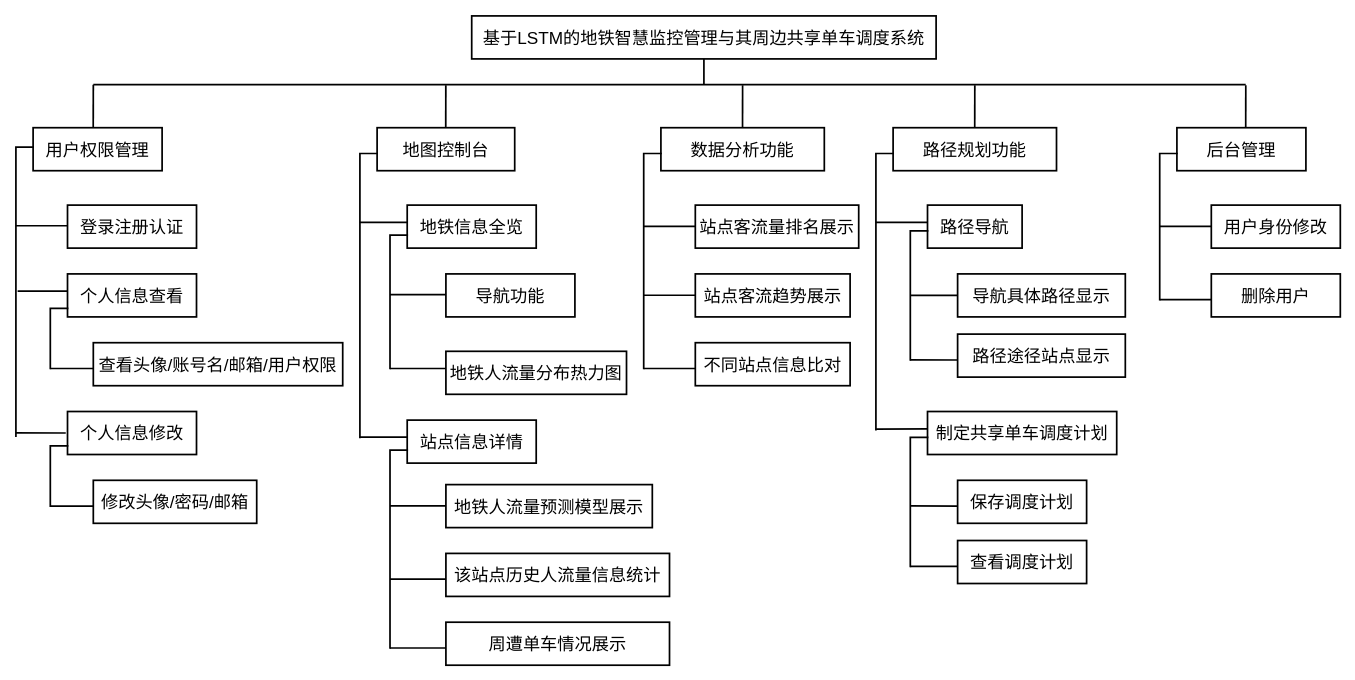
Earlier version of the draw.io diagram pic/功能分解图.drawio (YDUTSEVOLDN/Subway). Source tidied: cells renumbered, new cells numbered last; positions are measured from the earlier drawing's top-left corner, leaving out a move shared by most shapes. Both pictures are drawn from the tidied source at 86%, with x=0, y=0 at pixel (15, 15).
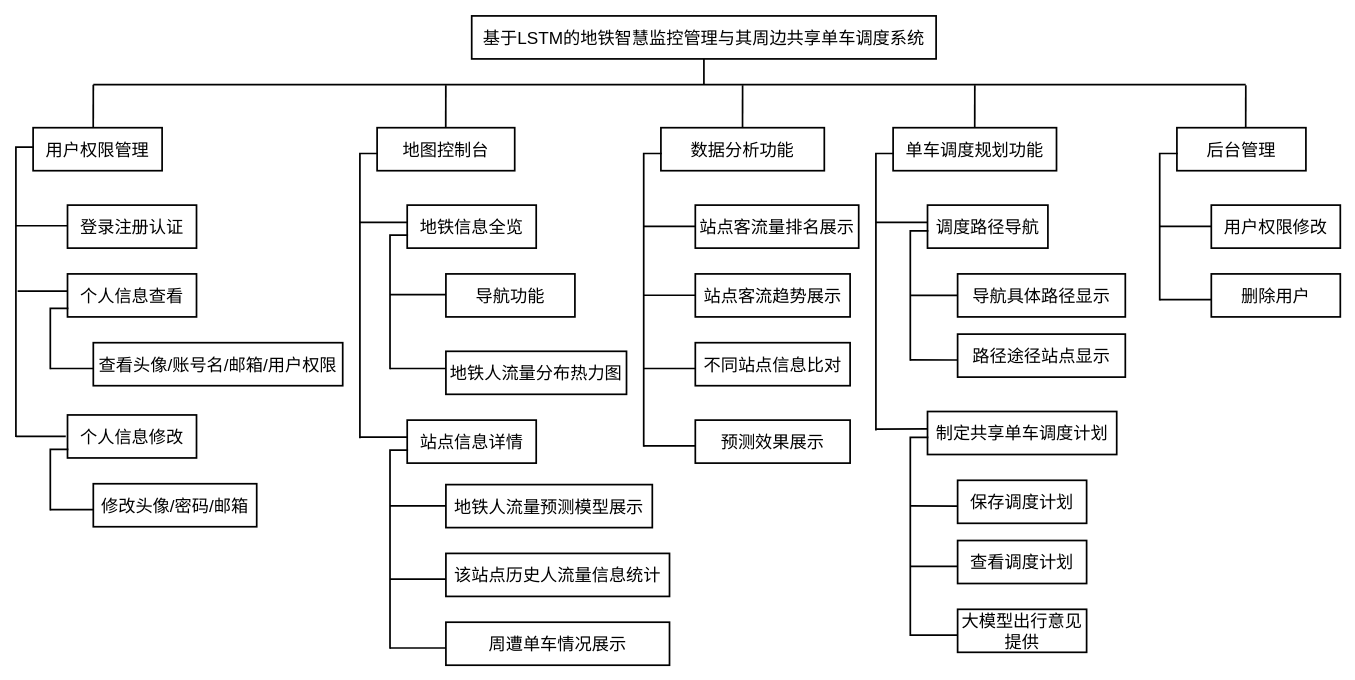
The same page after the edit.

Commit message:
更新功能分解图.drawio

The edit, as a diff of the source:
```diff
@@
-    <mxCell id="6" value="&lt;font style=&quot;font-size: 20px&quot;&gt;路径规划功能&lt;/font&gt;" style="rounded=0;whiteSpace=wrap;html=1;strokeWidth=2;" parent="1" vertex="1">
+    <mxCell id="6" value="&lt;font style=&quot;font-size: 20px&quot;&gt;单车调度规划功能&lt;/font&gt;" style="rounded=0;whiteSpace=wrap;html=1;strokeWidth=2;" parent="1" vertex="1">
       <mxGeometry x="1020" y="130" width="190" height="50" as="geometry" />
     </mxCell>
@@
     <mxCell id="9" value="&lt;font style=&quot;font-size: 20px&quot;&gt;个人信息修改&lt;/font&gt;" style="rounded=0;whiteSpace=wrap;html=1;strokeWidth=2;" parent="1" vertex="1">
-      <mxGeometry x="60" y="460" width="150" height="50" as="geometry" />
+      <mxGeometry x="60" y="464" width="150" height="50" as="geometry" />
     </mxCell>
@@
     <mxCell id="12" value="&lt;font style=&quot;font-size: 20px&quot;&gt;修改头像/密码/邮箱&lt;/font&gt;" style="rounded=0;whiteSpace=wrap;html=1;strokeWidth=2;" parent="1" vertex="1">
-      <mxGeometry x="90" y="540" width="190" height="50" as="geometry" />
+      <mxGeometry x="90" y="544" width="190" height="50" as="geometry" />
     </mxCell>
@@
-    <mxCell id="22" value="&lt;span style=&quot;font-size: 20px&quot;&gt;路径导航&lt;/span&gt;" style="rounded=0;whiteSpace=wrap;html=1;strokeWidth=2;" parent="1" vertex="1">
-      <mxGeometry x="1060" y="220" width="110" height="50" as="geometry" />
+    <mxCell id="22" value="&lt;span style=&quot;font-size: 20px&quot;&gt;调度路径导航&lt;/span&gt;" style="rounded=0;whiteSpace=wrap;html=1;strokeWidth=2;" parent="1" vertex="1">
+      <mxGeometry x="1060" y="220" width="140" height="50" as="geometry" />
     </mxCell>
@@
-    <mxCell id="28" value="&lt;span style=&quot;font-size: 20px&quot;&gt;用户身份修改&lt;/span&gt;" style="rounded=0;whiteSpace=wrap;html=1;strokeWidth=2;" parent="1" vertex="1">
+    <mxCell id="28" value="&lt;span style=&quot;font-size: 20px&quot;&gt;用户权限修改&lt;/span&gt;" style="rounded=0;whiteSpace=wrap;html=1;strokeWidth=2;" parent="1" vertex="1">
       <mxGeometry x="1390" y="220" width="150" height="50" as="geometry" />
     </mxCell>
@@
     <mxCell id="39" style="shape=partialRectangle;whiteSpace=wrap;html=1;bottom=0;right=0;fillColor=none;strokeWidth=2;direction=south;flipH=1;" parent="1" vertex="1">
-      <mxGeometry x="40" y="500" width="20" height="70" as="geometry" />
+      <mxGeometry x="40" y="504" width="20" height="70" as="geometry" />
     </mxCell>
@@
     <mxCell id="43" style="shape=partialRectangle;whiteSpace=wrap;html=1;bottom=0;right=0;fillColor=none;strokeWidth=2;direction=south;flipH=1;" parent="1" vertex="1">
-      <mxGeometry x="730" y="160" width="20" height="250" as="geometry" />
+      <mxGeometry x="730" y="160" width="20" height="340" as="geometry" />
     </mxCell>
@@
     <mxCell id="46" style="shape=partialRectangle;whiteSpace=wrap;html=1;bottom=0;right=0;fillColor=none;strokeWidth=2;direction=south;flipH=1;" parent="1" vertex="1">
-      <mxGeometry x="1040" y="490" width="20" height="150" as="geometry" />
+      <mxGeometry x="1040" y="490" width="20" height="230" as="geometry" />
     </mxCell>
@@
     <mxCell id="50" style="endArrow=none;html=1;endSize=8;strokeWidth=2;startSize=7;" parent="1" edge="1">
       <mxGeometry relative="1" as="geometry">
-        <mxPoint x="40" y="570" as="sourcePoint" />
-        <mxPoint x="90" y="570" as="targetPoint" />
+        <mxPoint x="40" y="574" as="sourcePoint" />
+        <mxPoint x="90" y="574" as="targetPoint" />
       </mxGeometry>
     </mxCell>
     <mxCell id="51" style="endArrow=none;html=1;endSize=8;strokeWidth=2;startSize=7;" parent="1" edge="1">
       <mxGeometry relative="1" as="geometry">
-        <mxPoint y="484.9" as="sourcePoint" />
-        <mxPoint x="58" y="485" as="targetPoint" />
+        <mxPoint y="488.9" as="sourcePoint" />
+        <mxPoint x="58" y="489" as="targetPoint" />
       </mxGeometry>
     </mxCell>
@@
+    <mxCell id="72" value="&lt;span style=&quot;font-size: 20px&quot;&gt;大模型出行意见提供&lt;/span&gt;" style="rounded=0;whiteSpace=wrap;html=1;strokeWidth=2;" parent="1" vertex="1">
+      <mxGeometry x="1095" y="690" width="150" height="50" as="geometry" />
+    </mxCell>
+    <mxCell id="73" style="endArrow=none;html=1;endSize=8;strokeWidth=2;startSize=7;entryX=0;entryY=0.5;entryDx=0;entryDy=0;" parent="1" edge="1">
+      <mxGeometry relative="1" as="geometry">
+        <mxPoint x="1040" y="720" as="sourcePoint" />
+        <mxPoint x="1095" y="720.1" as="targetPoint" />
+      </mxGeometry>
+    </mxCell>
+    <mxCell id="74" value="&lt;font style=&quot;font-size: 20px&quot;&gt;预测效果展示&lt;/font&gt;" style="rounded=0;whiteSpace=wrap;html=1;strokeWidth=2;" parent="1" vertex="1">
+      <mxGeometry x="790" y="470" width="180" height="50" as="geometry" />
+    </mxCell>
+    <mxCell id="75" style="endArrow=none;html=1;endSize=8;strokeWidth=2;startSize=7;" parent="1" edge="1">
+      <mxGeometry relative="1" as="geometry">
+        <mxPoint x="730" y="500" as="sourcePoint" />
+        <mxPoint x="790" y="500" as="targetPoint" />
+      </mxGeometry>
+    </mxCell>
```
